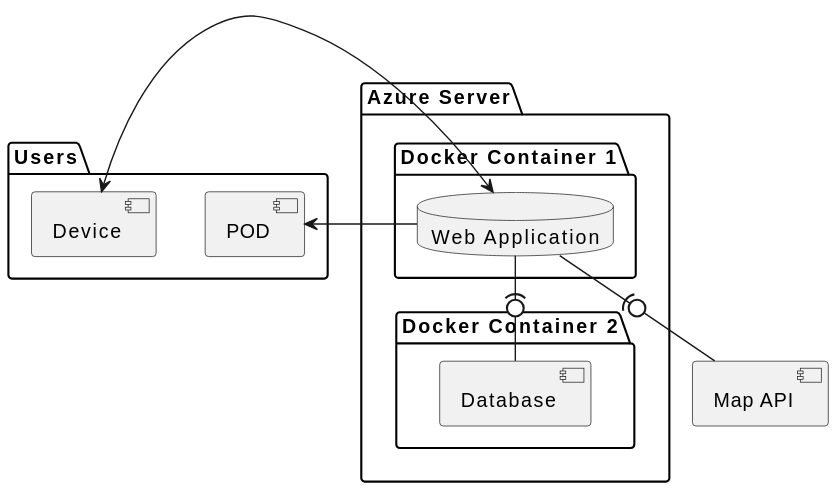
Above: docs/images/DeploymentView.svg in Arquisoft/lomap_en1a (PlantUML), before the change.
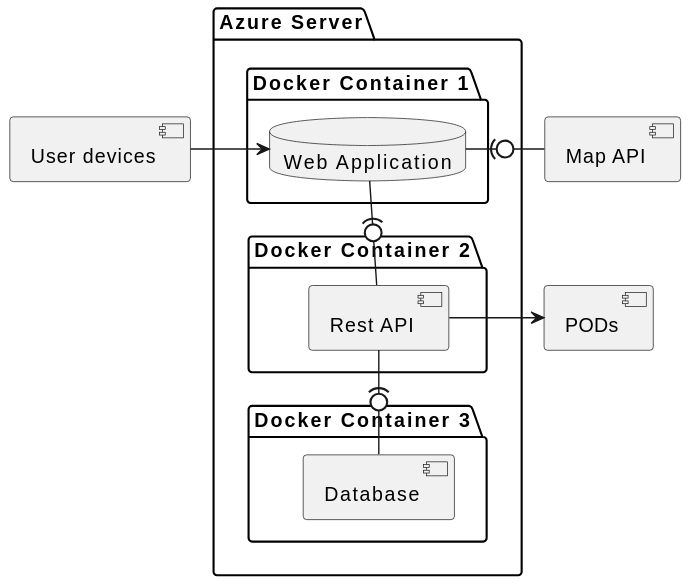
After the commit.

The edit, as a diff of the source:
```diff
@@ -4,20 +4,22 @@
   database "Web Application"
  }
  package "Docker Container 2"{
+  component "Rest API"
+ }
+ package "Docker Container 3"{
   component "Database"
  }
 }
 
-folder "Users"{
- component "Device"
- component "POD"
-}
+component "User devices"
+component "PODs"
 
 component "Map API"
 
-"Web Application" -(0- "Database"
-"Web Application" -(0- "Map API"
-"Web Application" -l-> "POD"
+"Web Application" -(0- "Rest API"
+"Web Application" -r(0- "Map API"
+"Web Application" <-l- "User devices"
 
-"Device" <-r-> "Web Application"
+"Rest API" -(0- "Database"
+"Rest API" -r-> "PODs"
 @enduml
```
